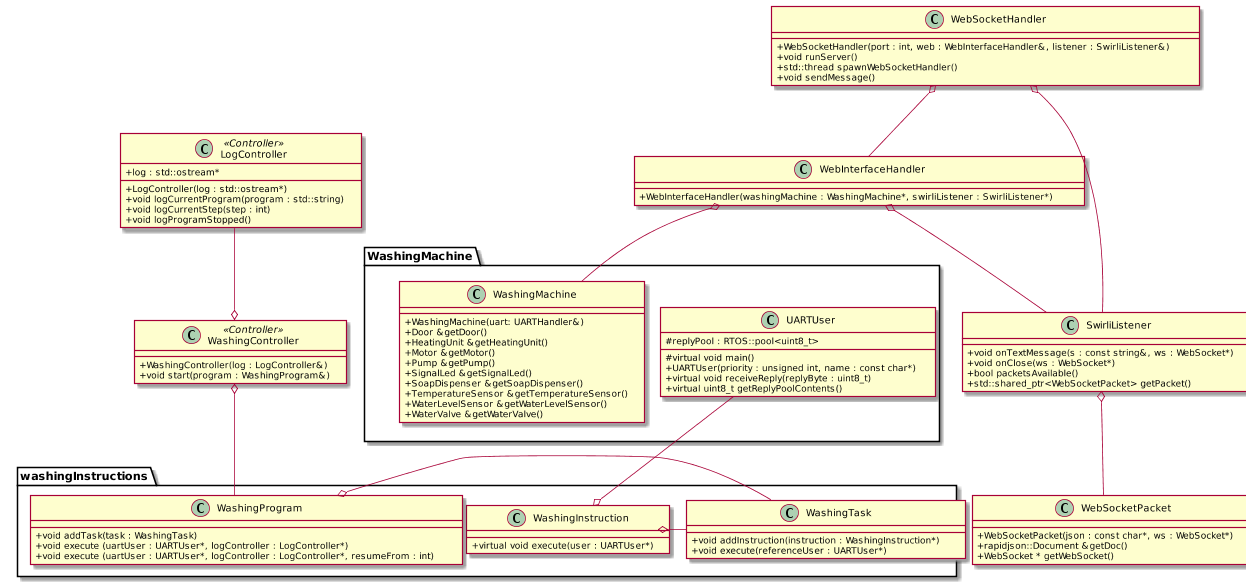
The PlantUML diagram Documentatie/Source/Modellen/KlassendiagramZonderPackages.png in martijnvandijk/th06, before a commit.
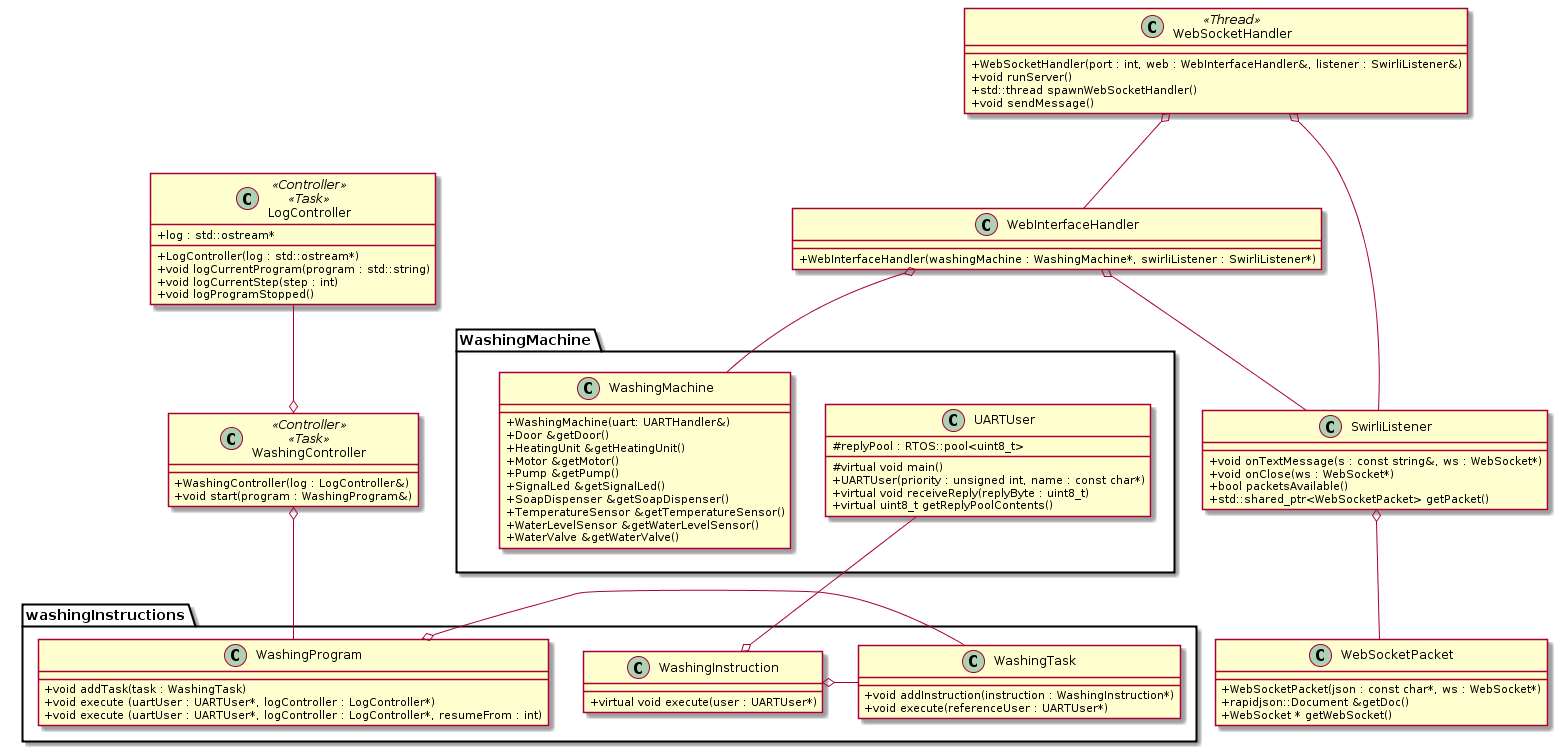
The same diagram one commit later.

Commit message:
updated class diagrams with tasks/threads

What changed in the source:
```diff
@@ -2,7 +2,7 @@
 skinparam classAttributeIconSize 0
 
 package WashingMachine{
-    Class WaterLevelController<<Controller>>{
+    Class WaterLevelController<<Controller>><<Task>>{
         +WaterLevelController(&pump : Pump, waterValve : WaterValve&)
         +virtual void setWaterLevel(waterLevel : int)
         +virtual void update(newVal : int)
@@ -18,7 +18,7 @@
     Interface WaterLevelRegulator<<Interface>>{
         +virtual void setWaterLevel(waterLevel : int)
     }
-    Class TemperatureController<<Controller>>{
+    Class TemperatureController<<Controller>><<Task>>{
         +TemperatureController(heat : HeatingUnit&)
         +virtual void setTemperature(heatLevel : int)
         +virtual void update(newVal : int)
@@ -32,7 +32,7 @@
     Interface TemperatureRegulator<<Interface>>{
         +virtual void setTemperature(temperature : int)
     }
-    Class UARTHandler{
+    Class UARTHandler<<Task>>{
         +UARTHandler(&serial : LibSerial)
         +void SendMessage(m : UARTMessage)
         -void main()
@@ -58,7 +58,7 @@
         #void updateAll(newVal : int)
         -listeners : std::vector<SensorListeners*>
     }
-    Class SensorHandler{
+    Class SensorHandler<<Task>>{
         +SensorHandler()
         +void addSensor()
         #virtual void main()
@@ -281,14 +281,14 @@
         -water : WaterLevelRegulator&
     }
 }
-    Class LogController<<Controller>>{
+    Class LogController<<Controller>><<Task>>{
         +LogController(log : std::ostream*)
         +void logCurrentProgram(program : std::string)
         +void logCurrentStep(step : int)
         +void logProgramStopped()
         +log : std::ostream*
     }
-    Class WashingController<<Controller>>{
+    Class WashingController<<Controller>><<Task>>{
         +WashingController(log : LogController&)
         +void start(program : WashingProgram&)
     }
@@ -307,7 +307,7 @@
         -timer : RTOS::timer
         -void main()
     }
-    Class WebSocketHandler{
+    Class WebSocketHandler<<Thread>>{
         +WebSocketHandler(port : int, web : WebInterfaceHandler&, listener : SwirliListener&)
         +void runServer()
         +std::thread spawnWebSocketHandler()
```
